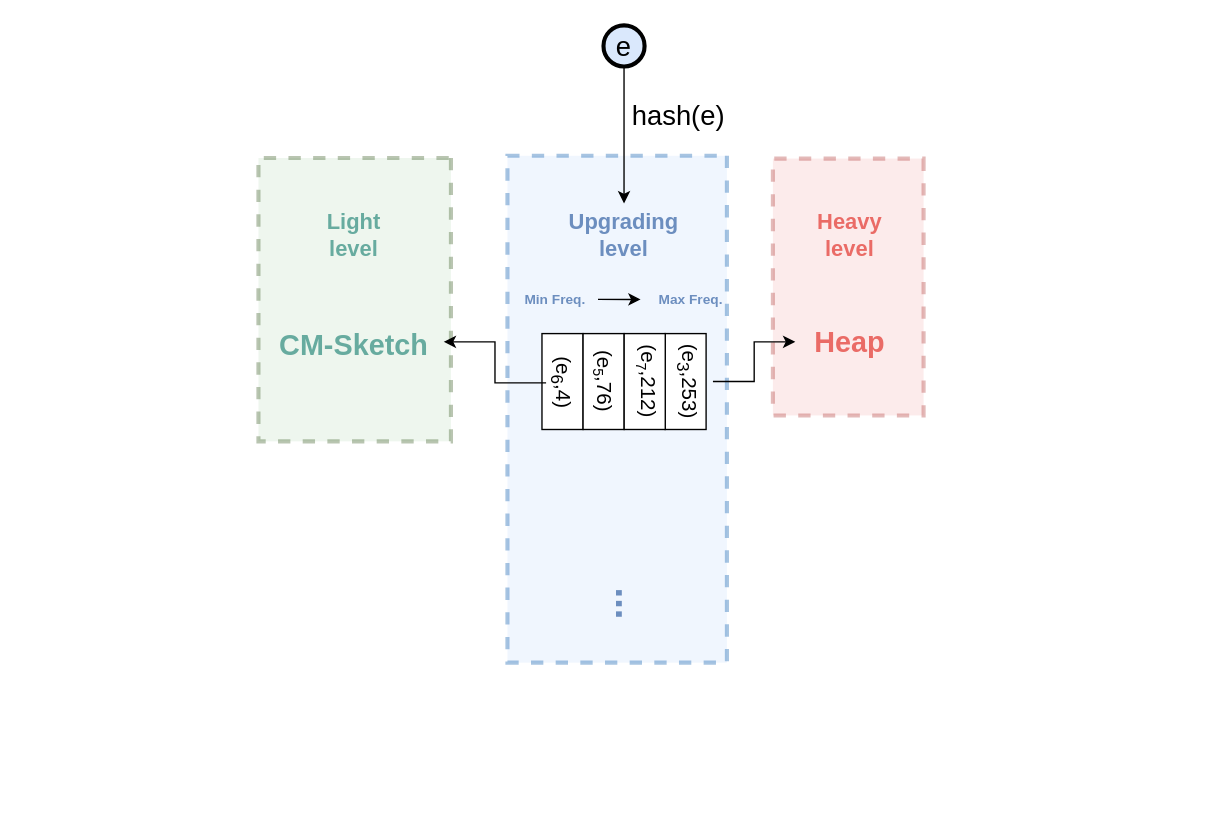
Above: page "第 12 页" (10 of 10) of draw.drawio in ChowChongTong/HelloWorld (draw.io), before the change. Source tidied: cells renumbered, new cells numbered last; positions are measured from the earlier drawing's top-left corner, leaving out a move shared by most shapes. Both pictures are drawn from the tidied source at 137%, with x=0, y=0 at pixel (212, 25).
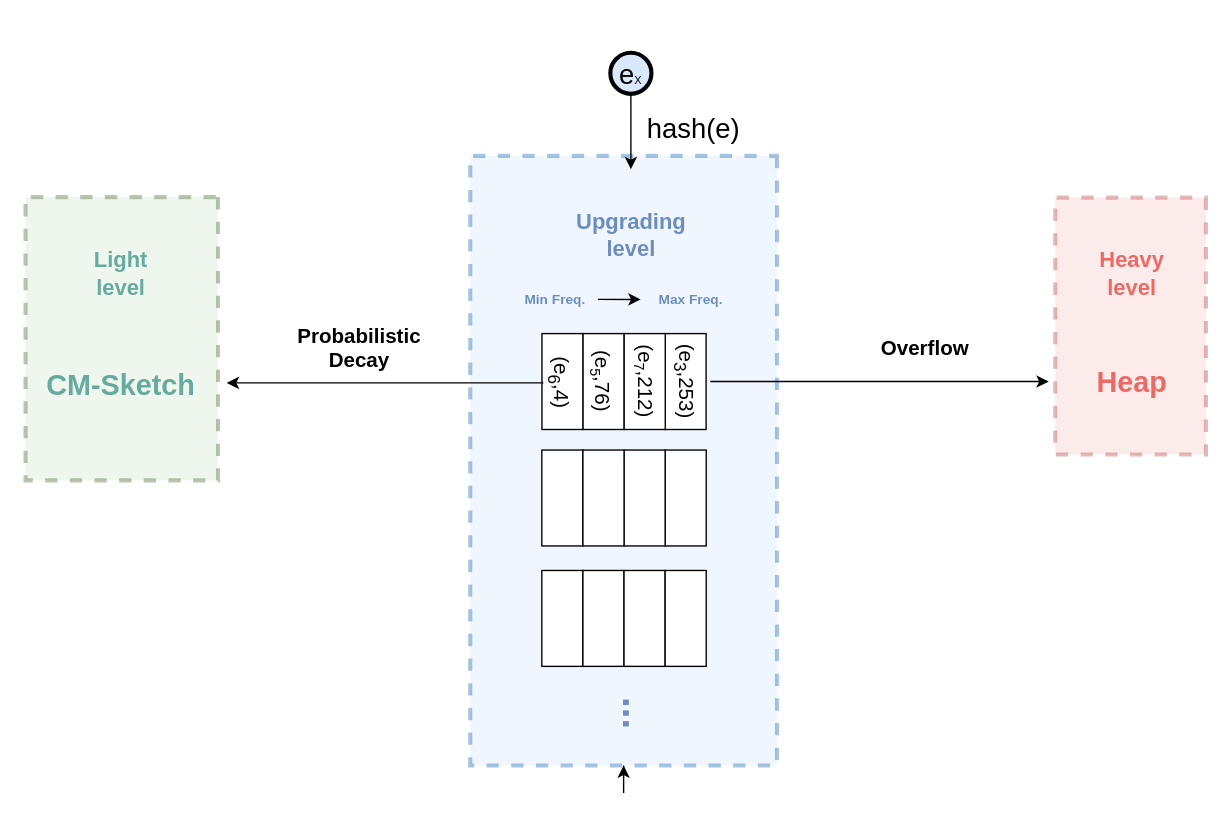
The same diagram, later.

What changed in the source:
```diff
@@
     <mxCell id="2" style="rounded=0;whiteSpace=wrap;html=1;labelBackgroundColor=#ffffff;fontFamily=Helvetica;strokeWidth=3;dashed=1;fillColor=#d5e8d4;opacity=40;strokeColor=#506E3E;rotation=90;" parent="1" vertex="1">
-      <mxGeometry y="130" width="206.8" height="140.5" as="geometry" />
+      <mxGeometry x="-170" y="158.5" width="206.8" height="140.5" as="geometry" />
     </mxCell>
     <mxCell id="3" style="rounded=0;whiteSpace=wrap;html=1;labelBackgroundColor=#ffffff;fontFamily=Helvetica;strokeWidth=3;dashed=1;fillColor=#dae8fc;opacity=40;strokeColor=#246BB3;rotation=90;" parent="1" vertex="1">
-      <mxGeometry x="110" y="200.1" width="370" height="160.2" as="geometry" />
+      <mxGeometry x="77.2" y="205.8" width="445" height="223.9" as="geometry" />
     </mxCell>
     <mxCell id="4" style="rounded=0;whiteSpace=wrap;html=1;labelBackgroundColor=#ffffff;fontFamily=Helvetica;strokeWidth=3;dashed=1;fillColor=#f8cecc;opacity=40;strokeColor=#b85450;rotation=90;" parent="1" vertex="1">
-      <mxGeometry x="369.9" y="136" width="187.5" height="110" as="geometry" />
+      <mxGeometry x="576" y="164.5" width="187.5" height="110" as="geometry" />
     </mxCell>
@@
-    <mxCell id="6" value="&lt;font style=&quot;font-size: 16px;&quot;&gt;&lt;b&gt;Upgrading level&lt;/b&gt;&lt;/font&gt;" style="text;html=1;strokeColor=none;fillColor=none;align=center;verticalAlign=middle;whiteSpace=wrap;rounded=0;opacity=0;fontColor=#6C8EBF;" parent="1" vertex="1">
-      <mxGeometry x="260" y="130" width="80" height="45" as="geometry" />
+    <mxCell id="6" value="&lt;font style=&quot;font-size: 16px;&quot;&gt;&lt;b&gt;Upgrading &lt;br&gt;level&lt;/b&gt;&lt;/font&gt;" style="text;html=1;strokeColor=none;fillColor=none;align=center;verticalAlign=middle;whiteSpace=wrap;rounded=0;opacity=0;fontColor=#6C8EBF;labelBackgroundColor=none;labelBorderColor=none;" parent="1" vertex="1">
+      <mxGeometry x="237.5" y="105" width="135" height="95" as="geometry" />
     </mxCell>
@@
-    <mxCell id="8" value="&lt;font style=&quot;font-size: 20px;&quot;&gt;e&lt;/font&gt;" style="ellipse;whiteSpace=wrap;html=1;shadow=0;fillColor=#dae8fc;fontFamily=Helvetica;perimeterSpacing=1;strokeWidth=3;fontStyle=0;" parent="1" vertex="1">
-      <mxGeometry x="285" width="30" height="30" as="geometry" />
+    <mxCell id="8" value="&lt;font style=&quot;font-size: 20px;&quot;&gt;e&lt;/font&gt;&lt;font style=&quot;font-size: 8px;&quot;&gt;X&lt;/font&gt;" style="ellipse;whiteSpace=wrap;html=1;shadow=0;fillColor=#dae8fc;fontFamily=Helvetica;perimeterSpacing=1;strokeWidth=3;fontStyle=0;" parent="1" vertex="1">
+      <mxGeometry x="290" y="20" width="30" height="30" as="geometry" />
     </mxCell>
     <mxCell id="9" value="&lt;font color=&quot;#000000&quot;&gt;hash(e)&lt;/font&gt;" style="text;html=1;strokeColor=none;fillColor=none;align=center;verticalAlign=middle;whiteSpace=wrap;rounded=0;fontSize=20;fontColor=#6C8EBF;opacity=0;" parent="1" vertex="1">
-      <mxGeometry x="309.9" y="50" width="60" height="30" as="geometry" />
+      <mxGeometry x="321.1" y="60" width="60" height="30" as="geometry" />
     </mxCell>
-    <mxCell id="10" value="&lt;font color=&quot;#67ab9f&quot; style=&quot;font-size: 16px;&quot;&gt;&lt;b&gt;Light&lt;br&gt;level&lt;/b&gt;&lt;/font&gt;" style="text;html=1;strokeColor=none;fillColor=none;align=center;verticalAlign=middle;whiteSpace=wrap;rounded=0;opacity=0;fontColor=#6C8EBF;" parent="1" vertex="1">
-      <mxGeometry x="63.4" y="130" width="80" height="45" as="geometry" />
+    <mxCell id="10" value="&lt;font color=&quot;#67ab9f&quot; style=&quot;font-size: 16px;&quot;&gt;&lt;b&gt;Light&lt;br&gt;level&lt;/b&gt;&lt;/font&gt;" style="text;html=1;strokeColor=none;fillColor=none;align=center;verticalAlign=middle;whiteSpace=wrap;rounded=0;opacity=0;fontColor=#6C8EBF;labelBorderColor=none;" parent="1" vertex="1">
+      <mxGeometry x="-106.6" y="158.5" width="80" height="45" as="geometry" />
     </mxCell>
     <mxCell id="11" value="&lt;b&gt;&lt;font style=&quot;font-size: 28px;&quot;&gt;...&lt;/font&gt;&lt;/b&gt;" style="text;html=1;strokeColor=none;fillColor=none;align=center;verticalAlign=middle;whiteSpace=wrap;rounded=0;opacity=0;fontColor=#6C8EBF;rotation=90;" parent="1" vertex="1">
-      <mxGeometry x="265" y="410" width="80" height="25" as="geometry" />
+      <mxGeometry x="270" y="490" width="80" height="25" as="geometry" />
     </mxCell>
     <mxCell id="12" value="&lt;font size=&quot;1&quot; color=&quot;#67ab9f&quot;&gt;&lt;span style=&quot;caret-color: rgb(103, 171, 159);&quot;&gt;&lt;b style=&quot;font-size: 21px;&quot;&gt;CM-Sketch&lt;/b&gt;&lt;/span&gt;&lt;/font&gt;" style="text;html=1;strokeColor=none;fillColor=none;align=center;verticalAlign=middle;whiteSpace=wrap;rounded=0;opacity=0;fontColor=#6C8EBF;fontSize=25;" parent="1" vertex="1">
-      <mxGeometry x="38.4" y="208.5" width="130" height="45" as="geometry" />
+      <mxGeometry x="-131.6" y="237" width="130" height="45" as="geometry" />
     </mxCell>
@@
-    <mxCell id="16" value="&lt;font color=&quot;#ea6b66&quot; style=&quot;font-size: 16px;&quot;&gt;&lt;b&gt;Heavy level&lt;/b&gt;&lt;/font&gt;" style="text;html=1;strokeColor=none;fillColor=none;align=center;verticalAlign=middle;whiteSpace=wrap;rounded=0;opacity=0;fontColor=#6C8EBF;" parent="1" vertex="1">
-      <mxGeometry x="425" y="130" width="80" height="45" as="geometry" />
+    <mxCell id="16" value="&lt;font style=&quot;font-size: 16px;&quot;&gt;&lt;b&gt;Heavy level&lt;/b&gt;&lt;/font&gt;" style="text;html=1;strokeColor=none;fillColor=none;align=center;verticalAlign=middle;whiteSpace=wrap;rounded=0;opacity=0;fontColor=#EA6B66;shadow=0;gradientColor=default;labelBackgroundColor=none;labelBorderColor=none;" parent="1" vertex="1">
+      <mxGeometry x="631.1" y="158.5" width="80" height="45" as="geometry" />
     </mxCell>
@@
     <mxCell id="18" value="&lt;font size=&quot;1&quot; color=&quot;#ea6b66&quot;&gt;&lt;span style=&quot;caret-color: rgb(234, 107, 102);&quot;&gt;&lt;b style=&quot;font-size: 21px;&quot;&gt;Heap&lt;/b&gt;&lt;/span&gt;&lt;/font&gt;" style="text;html=1;strokeColor=none;fillColor=none;align=center;verticalAlign=middle;whiteSpace=wrap;rounded=0;opacity=0;fontColor=#6C8EBF;" parent="1" vertex="1">
-      <mxGeometry x="425" y="208.5" width="80" height="45" as="geometry" />
+      <mxGeometry x="631.1" y="237" width="80" height="45" as="geometry" />
     </mxCell>
@@
-    <mxCell id="20" style="edgeStyle=orthogonalEdgeStyle;rounded=0;jettySize=auto;html=1;fontSize=15;" parent="1" edge="1" source="21" target="12">
-      <mxGeometry relative="1" as="geometry" />
-    </mxCell>
+    <mxCell id="29" style="edgeStyle=orthogonalEdgeStyle;rounded=0;jettySize=auto;html=1;exitX=0.5;exitY=1;exitDx=0;exitDy=0;fontSize=8;fontColor=#EA6B66;" parent="1" edge="1" source="21">
+      <mxGeometry relative="1" as="geometry">
+        <mxPoint x="10" y="261" as="targetPoint" />
+      </mxGeometry>
+    </mxCell>
     <mxCell id="21" value="&lt;font style=&quot;font-size: 15px;&quot;&gt;(e&lt;sub&gt;6&lt;/sub&gt;&lt;/font&gt;&lt;font&gt;&lt;span style=&quot;font-size: 15px;&quot;&gt;,4)&lt;/span&gt;&lt;/font&gt;" style="text;html=1;strokeColor=none;fillColor=none;align=center;verticalAlign=middle;whiteSpace=wrap;rounded=0;fontSize=21;rotation=90;" parent="1" vertex="1">
-      <mxGeometry x="223.1" y="246" width="70" height="30" as="geometry" />
+      <mxGeometry x="221.1" y="246" width="70" height="30" as="geometry" />
     </mxCell>
@@
     <mxCell id="25" value="&lt;font style=&quot;font-size: 15px;&quot;&gt;(e&lt;/font&gt;&lt;font style=&quot;font-size: 12.499999046325684px;&quot;&gt;&lt;sub&gt;5&lt;/sub&gt;&lt;/font&gt;&lt;font&gt;&lt;span style=&quot;font-size: 15px;&quot;&gt;,76)&lt;/span&gt;&lt;/font&gt;" style="text;html=1;strokeColor=none;fillColor=none;align=center;verticalAlign=middle;whiteSpace=wrap;rounded=0;fontSize=21;rotation=90;" parent="1" vertex="1">
-      <mxGeometry x="253.1" y="245" width="70" height="30" as="geometry" />
+      <mxGeometry x="251.1" y="245" width="70" height="30" as="geometry" />
     </mxCell>
     <mxCell id="26" value="&lt;font style=&quot;font-size: 15px;&quot;&gt;(e&lt;/font&gt;&lt;font style=&quot;font-size: 12.499999046325684px;&quot;&gt;&lt;sub&gt;7&lt;/sub&gt;&lt;/font&gt;&lt;font&gt;&lt;span style=&quot;font-size: 15px;&quot;&gt;,212)&lt;/span&gt;&lt;/font&gt;" style="text;html=1;strokeColor=none;fillColor=none;align=center;verticalAlign=middle;whiteSpace=wrap;rounded=0;fontSize=21;rotation=90;" parent="1" vertex="1">
-      <mxGeometry x="285" y="245" width="70" height="30" as="geometry" />
+      <mxGeometry x="283" y="245" width="70" height="30" as="geometry" />
     </mxCell>
-    <mxCell id="27" style="edgeStyle=orthogonalEdgeStyle;rounded=0;jettySize=auto;html=1;fontSize=15;" parent="1" edge="1" source="28" target="18">
-      <mxGeometry relative="1" as="geometry" />
-    </mxCell>
+    <mxCell id="30" style="edgeStyle=orthogonalEdgeStyle;rounded=0;jettySize=auto;html=1;exitX=0.5;exitY=0;exitDx=0;exitDy=0;fontSize=8;fontColor=#EA6B66;" parent="1" edge="1" source="28">
+      <mxGeometry relative="1" as="geometry">
+        <mxPoint x="610" y="260" as="targetPoint" />
+      </mxGeometry>
+    </mxCell>
     <mxCell id="28" value="&lt;font style=&quot;font-size: 15px;&quot;&gt;(e&lt;sub&gt;3&lt;/sub&gt;,253)&lt;/font&gt;" style="text;html=1;strokeColor=none;fillColor=none;align=center;verticalAlign=middle;whiteSpace=wrap;rounded=0;fontSize=21;rotation=90;" parent="1" vertex="1">
-      <mxGeometry x="314.9" y="245" width="70" height="30" as="geometry" />
+      <mxGeometry x="312.9" y="245" width="70" height="30" as="geometry" />
     </mxCell>
+    <mxCell id="31" style="rounded=0;whiteSpace=wrap;html=1;fontSize=10;direction=south;" parent="1" vertex="1">
+      <mxGeometry x="240" y="310" width="30" height="70" as="geometry" />
+    </mxCell>
+    <mxCell id="32" style="rounded=0;whiteSpace=wrap;html=1;fontSize=10;direction=south;" parent="1" vertex="1">
+      <mxGeometry x="330" y="310" width="30" height="70" as="geometry" />
+    </mxCell>
+    <mxCell id="33" style="rounded=0;whiteSpace=wrap;html=1;fontSize=10;direction=south;" parent="1" vertex="1">
+      <mxGeometry x="300" y="310" width="30" height="70" as="geometry" />
+    </mxCell>
+    <mxCell id="34" style="rounded=0;whiteSpace=wrap;html=1;fontSize=10;direction=south;" parent="1" vertex="1">
+      <mxGeometry x="270" y="310" width="30" height="70" as="geometry" />
+    </mxCell>
+    <mxCell id="35" style="rounded=0;whiteSpace=wrap;html=1;fontSize=10;direction=south;" parent="1" vertex="1">
+      <mxGeometry x="240" y="397.9" width="30" height="70" as="geometry" />
+    </mxCell>
+    <mxCell id="36" style="rounded=0;whiteSpace=wrap;html=1;fontSize=10;direction=south;" parent="1" vertex="1">
+      <mxGeometry x="270" y="397.9" width="30" height="70" as="geometry" />
+    </mxCell>
+    <mxCell id="37" style="rounded=0;whiteSpace=wrap;html=1;fontSize=10;direction=south;" parent="1" vertex="1">
+      <mxGeometry x="300" y="397.9" width="30" height="70" as="geometry" />
+    </mxCell>
+    <mxCell id="38" style="rounded=0;whiteSpace=wrap;html=1;fontSize=10;direction=south;" parent="1" vertex="1">
+      <mxGeometry x="330" y="397.9" width="30" height="70" as="geometry" />
+    </mxCell>
+    <mxCell id="39" value="&lt;font style=&quot;font-size: 15px;&quot;&gt;&lt;b&gt;Probabilistic &lt;br&gt;Decay&lt;/b&gt;&lt;/font&gt;" style="text;html=1;strokeColor=none;fillColor=none;align=center;verticalAlign=middle;whiteSpace=wrap;rounded=0;fontSize=10;" parent="1" vertex="1">
+      <mxGeometry x="36.8" y="200" width="140" height="70" as="geometry" />
+    </mxCell>
+    <mxCell id="40" value="&lt;span style=&quot;font-size: 15px;&quot;&gt;&lt;b&gt;Overflow&lt;/b&gt;&lt;/span&gt;" style="text;html=1;strokeColor=none;fillColor=none;align=center;verticalAlign=middle;whiteSpace=wrap;rounded=0;fontSize=10;" parent="1" vertex="1">
+      <mxGeometry x="450" y="200" width="140" height="70" as="geometry" />
+    </mxCell>
```
